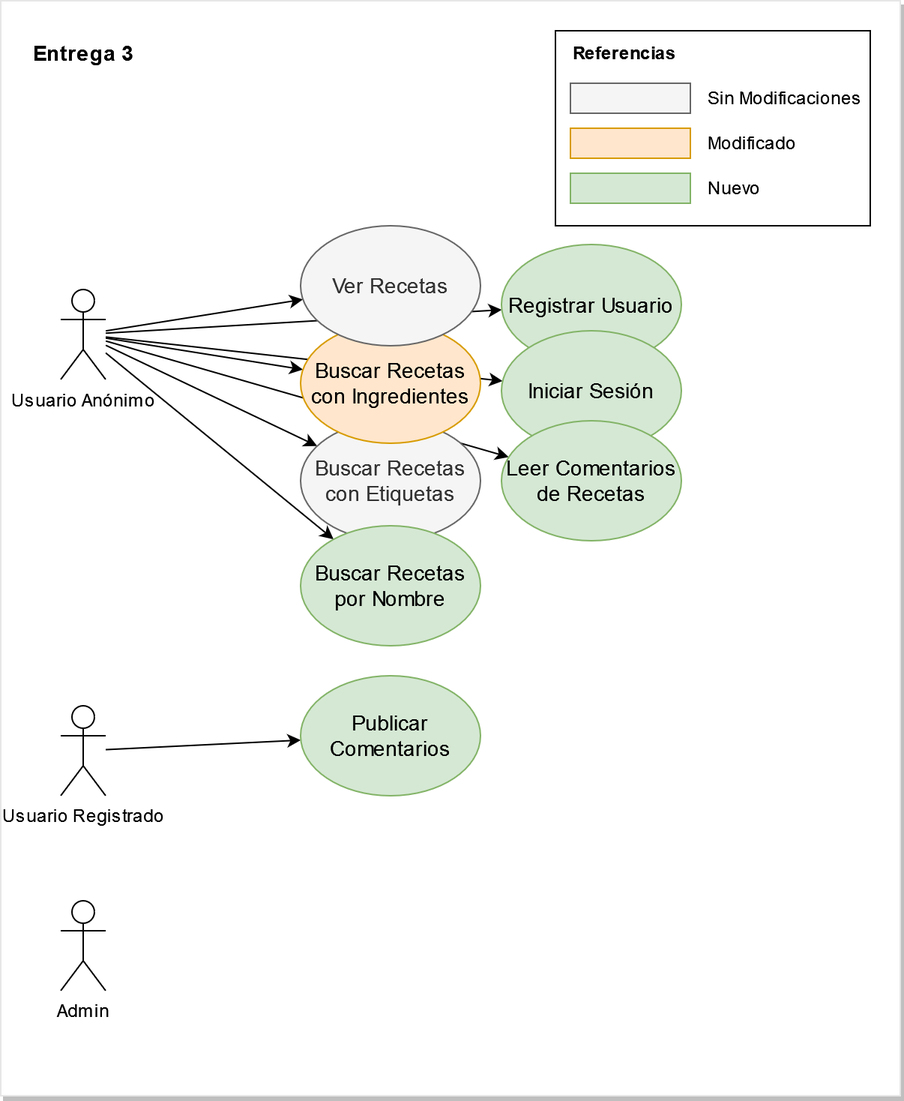
Before: .github/TTIP-Entrega 3.drawio.png, a diagram exported from draw.io (tehuel/ttip-grupo11). Source tidied: cells renumbered, new cells last; positions are measured from the earlier drawing's top-left corner, leaving out a move shared by most shapes. The source it was exported from:
```xml
<mxGraphModel>
  <root>
    <mxCell id="0" />
    <mxCell id="1" parent="0" />
    <mxCell id="2" style="rounded=0;whiteSpace=wrap;html=1;fontSize=14;align=center;verticalAlign=middle;strokeColor=#E6E6E6;shadow=1;" parent="1" vertex="1">
      <mxGeometry width="600" height="730" as="geometry" />
    </mxCell>
    <mxCell id="3" value="Admin" style="shape=umlActor;verticalLabelPosition=bottom;verticalAlign=top;html=1;" parent="1" vertex="1">
      <mxGeometry x="40" y="600" width="30" height="60" as="geometry" />
    </mxCell>
    <mxCell id="4" style="edgeStyle=none;rounded=0;jettySize=auto;html=1;fontSize=14;" parent="1" edge="1" source="11" target="26">
      <mxGeometry relative="1" as="geometry" />
    </mxCell>
    <mxCell id="5" style="edgeStyle=none;rounded=0;jettySize=auto;html=1;fontSize=14;" parent="1" edge="1" source="11" target="25">
      <mxGeometry relative="1" as="geometry" />
    </mxCell>
    <mxCell id="6" style="edgeStyle=none;rounded=0;jettySize=auto;html=1;" parent="1" edge="1" source="11" target="28">
      <mxGeometry relative="1" as="geometry" />
    </mxCell>
    <mxCell id="7" style="edgeStyle=none;rounded=0;jettySize=auto;html=1;" parent="1" edge="1" source="11" target="29">
      <mxGeometry relative="1" as="geometry" />
    </mxCell>
    <mxCell id="8" style="edgeStyle=none;rounded=0;jettySize=auto;html=1;" parent="1" edge="1" source="11" target="27">
      <mxGeometry relative="1" as="geometry" />
    </mxCell>
    <mxCell id="9" style="edgeStyle=none;rounded=0;jettySize=auto;html=1;" parent="1" edge="1" source="11" target="24">
      <mxGeometry relative="1" as="geometry" />
    </mxCell>
    <mxCell id="10" style="edgeStyle=none;rounded=0;jettySize=auto;html=1;" parent="1" edge="1" source="11" target="31">
      <mxGeometry relative="1" as="geometry" />
    </mxCell>
    <mxCell id="11" value="Usuario Anónimo" style="shape=umlActor;verticalLabelPosition=bottom;verticalAlign=top;html=1;outlineConnect=0;" parent="1" vertex="1">
      <mxGeometry x="40" y="192.5" width="30" height="60" as="geometry" />
    </mxCell>
    <mxCell id="12" style="edgeStyle=none;rounded=0;jettySize=auto;html=1;" parent="1" edge="1" source="13" target="30">
      <mxGeometry relative="1" as="geometry" />
    </mxCell>
    <mxCell id="13" value="Usuario Registrado" style="shape=umlActor;verticalLabelPosition=bottom;verticalAlign=top;html=1;outlineConnect=0;" parent="1" vertex="1">
      <mxGeometry x="40" y="470" width="30" height="60" as="geometry" />
    </mxCell>
    <mxCell id="14" style="group;" parent="1" vertex="1">
      <mxGeometry x="370" y="20" width="210" height="130" as="geometry" />
    </mxCell>
    <mxCell id="15" style="rounded=0;whiteSpace=wrap;html=1;align=left;" parent="14" vertex="1">
      <mxGeometry width="210" height="130" as="geometry" />
    </mxCell>
    <mxCell id="16" value="Referencias" style="text;html=1;strokeColor=none;fillColor=none;align=left;verticalAlign=middle;whiteSpace=wrap;rounded=0;fontStyle=1;" parent="14" vertex="1">
      <mxGeometry x="10" width="140" height="30" as="geometry" />
    </mxCell>
    <mxCell id="17" style="rounded=0;whiteSpace=wrap;html=1;fillColor=#f5f5f5;strokeColor=#666666;fontColor=#333333;" parent="14" vertex="1">
      <mxGeometry x="10" y="35" width="80" height="20" as="geometry" />
    </mxCell>
    <mxCell id="18" style="rounded=0;whiteSpace=wrap;html=1;fillColor=#ffe6cc;strokeColor=#d79b00;" parent="14" vertex="1">
      <mxGeometry x="10" y="65" width="80" height="20" as="geometry" />
    </mxCell>
    <mxCell id="19" style="rounded=0;whiteSpace=wrap;html=1;fillColor=#d5e8d4;strokeColor=#82b366;" parent="14" vertex="1">
      <mxGeometry x="10" y="95" width="80" height="20" as="geometry" />
    </mxCell>
    <mxCell id="20" value="Sin Modificaciones" style="text;html=1;strokeColor=none;fillColor=none;align=left;verticalAlign=middle;whiteSpace=wrap;rounded=0;" parent="14" vertex="1">
      <mxGeometry x="100" y="30" width="110" height="30" as="geometry" />
    </mxCell>
    <mxCell id="21" value="Modificado" style="text;html=1;strokeColor=none;fillColor=none;align=left;verticalAlign=middle;whiteSpace=wrap;rounded=0;" parent="14" vertex="1">
      <mxGeometry x="100" y="60" width="110" height="30" as="geometry" />
    </mxCell>
    <mxCell id="22" value="Nuevo" style="text;html=1;strokeColor=none;fillColor=none;align=left;verticalAlign=middle;whiteSpace=wrap;rounded=0;" parent="14" vertex="1">
      <mxGeometry x="100" y="90" width="110" height="30" as="geometry" />
    </mxCell>
    <mxCell id="23" value="&lt;div&gt;Entrega 3&lt;br&gt;&lt;/div&gt;" style="text;whiteSpace=wrap;html=1;fontStyle=1;fontSize=14;" parent="1" vertex="1">
      <mxGeometry x="20" y="20" width="200" height="30" as="geometry" />
    </mxCell>
    <mxCell id="24" value="Buscar Recetas con Etiquetas" style="ellipse;whiteSpace=wrap;html=1;fontSize=14;align=center;verticalAlign=middle;fillColor=#f5f5f5;strokeColor=#666666;fontColor=#333333;" parent="1" vertex="1">
      <mxGeometry x="200" y="280" width="120" height="80" as="geometry" />
    </mxCell>
    <mxCell id="25" value="Buscar Recetas con Ingredientes" style="ellipse;whiteSpace=wrap;html=1;fontSize=14;align=center;verticalAlign=middle;fillColor=#ffe6cc;strokeColor=#d79b00;" parent="1" vertex="1">
      <mxGeometry x="200" y="215" width="120" height="80" as="geometry" />
    </mxCell>
    <mxCell id="26" value="Ver Recetas" style="ellipse;whiteSpace=wrap;html=1;fontSize=14;align=center;verticalAlign=middle;fillColor=#f5f5f5;strokeColor=#666666;fontColor=#333333;" parent="1" vertex="1">
      <mxGeometry x="200" y="150" width="120" height="80" as="geometry" />
    </mxCell>
    <mxCell id="27" value="Buscar Recetas por Nombre" style="ellipse;whiteSpace=wrap;html=1;fontSize=14;align=center;verticalAlign=middle;fillColor=#d5e8d4;strokeColor=#82b366;" parent="1" vertex="1">
      <mxGeometry x="200" y="350" width="120" height="80" as="geometry" />
    </mxCell>
    <mxCell id="28" value="Registrar Usuario" style="ellipse;whiteSpace=wrap;html=1;fontSize=14;align=center;verticalAlign=middle;fillColor=#d5e8d4;strokeColor=#82b366;" parent="1" vertex="1">
      <mxGeometry x="334" y="162.5" width="120" height="80" as="geometry" />
    </mxCell>
    <mxCell id="29" value="Iniciar Sesión" style="ellipse;whiteSpace=wrap;html=1;fontSize=14;align=center;verticalAlign=middle;fillColor=#d5e8d4;strokeColor=#82b366;" parent="1" vertex="1">
      <mxGeometry x="334" y="220" width="120" height="80" as="geometry" />
    </mxCell>
    <mxCell id="30" value="Publicar Comentarios" style="ellipse;whiteSpace=wrap;html=1;fontSize=14;align=center;verticalAlign=middle;fillColor=#d5e8d4;strokeColor=#82b366;" parent="1" vertex="1">
      <mxGeometry x="200" y="450" width="120" height="80" as="geometry" />
    </mxCell>
    <mxCell id="31" value="Leer Comentarios de Recetas" style="ellipse;whiteSpace=wrap;html=1;fontSize=14;align=center;verticalAlign=middle;fillColor=#d5e8d4;strokeColor=#82b366;" parent="1" vertex="1">
      <mxGeometry x="334" y="280" width="120" height="80" as="geometry" />
    </mxCell>
  </root>
</mxGraphModel>
```
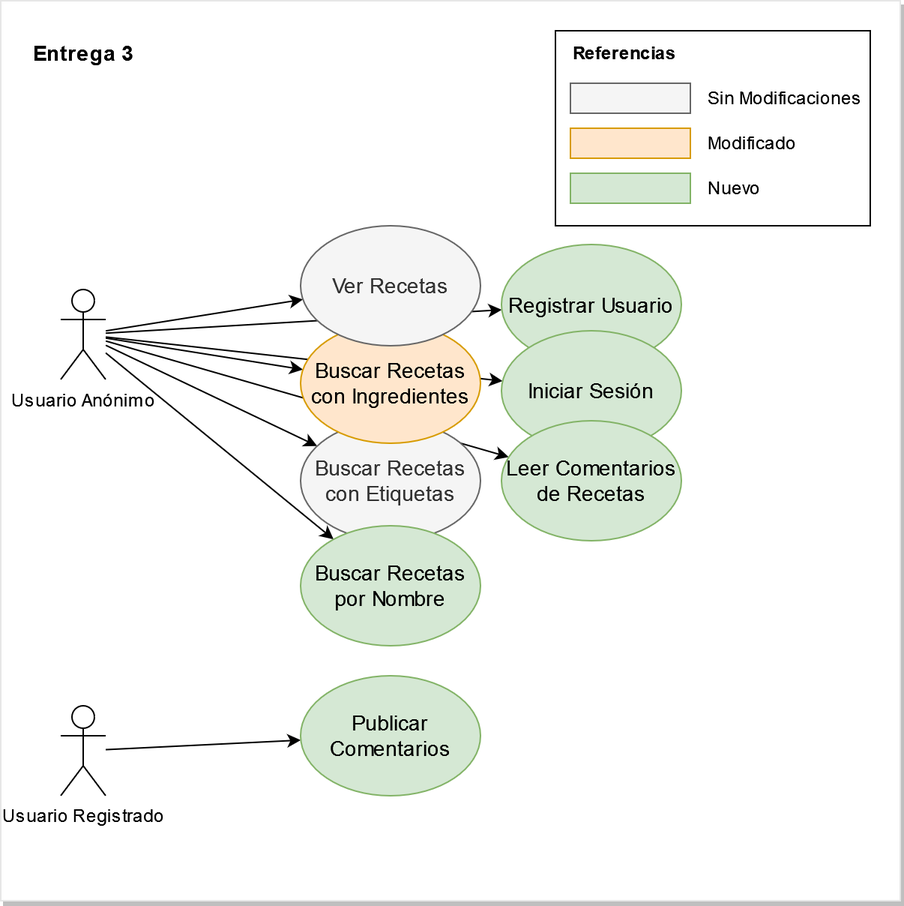
The same file after the commit.

What changed in the source:
```diff
@@ -3,11 +3,8 @@
     <mxCell id="0" />
     <mxCell id="1" parent="0" />
     <mxCell id="2" style="rounded=0;whiteSpace=wrap;html=1;fontSize=14;align=center;verticalAlign=middle;strokeColor=#E6E6E6;shadow=1;" parent="1" vertex="1">
-      <mxGeometry width="600" height="730" as="geometry" />
+      <mxGeometry width="600" height="600" as="geometry" />
     </mxCell>
-    <mxCell id="3" value="Admin" style="shape=umlActor;verticalLabelPosition=bottom;verticalAlign=top;html=1;" parent="1" vertex="1">
-      <mxGeometry x="40" y="600" width="30" height="60" as="geometry" />
-    </mxCell>
     <mxCell id="4" style="edgeStyle=none;rounded=0;jettySize=auto;html=1;fontSize=14;" parent="1" edge="1" source="11" target="26">
       <mxGeometry relative="1" as="geometry" />
     </mxCell>
```
